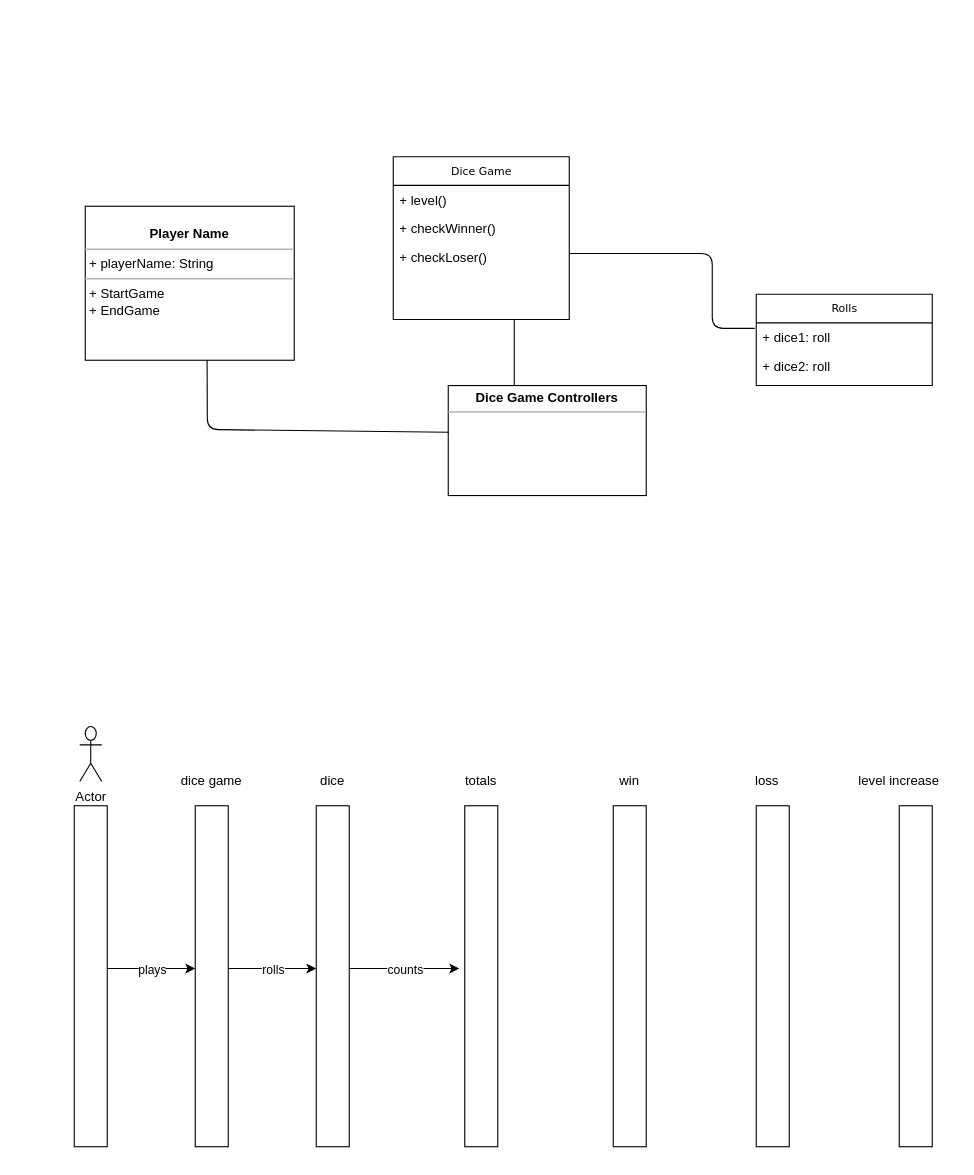
Above: UML.drawio in ajit-pandey/koukicons_flutter (draw.io), before the change. Source tidied: cells renumbered, new cells numbered last; positions are measured from the earlier drawing's top-left corner, leaving out a move shared by most shapes. Both pictures are drawn from the tidied source at 110%, with x=0, y=0 at pixel (74, 156).
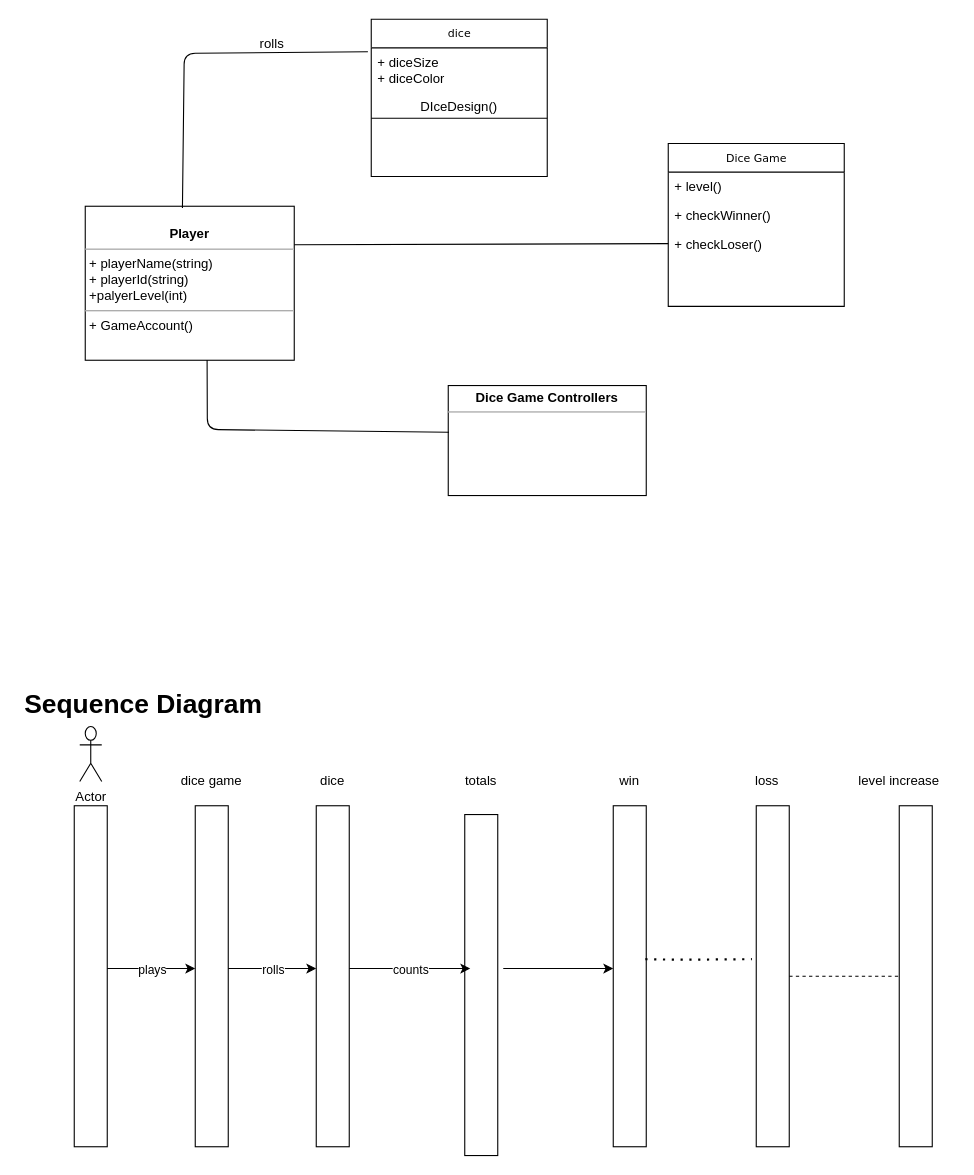
Above is the later version.

The change refers to these unchanged cells:
```xml
<mxCell id="5" value="+ checkLoser()" style="text;html=1;strokeColor=none;fillColor=none;align=left;verticalAlign=top;spacingLeft=4;spacingRight=4;whiteSpace=wrap;overflow=hidden;points=[[0,0.5],[1,0.5]];portConstraint=eastwest;" parent="2" vertex="1">
  <mxGeometry y="78" width="160" height="26" as="geometry" />
</mxCell>
<mxCell id="18" style="rounded=0;whiteSpace=wrap;html=1;" parent="1" vertex="1">
  <mxGeometry x="490" y="590" width="30" height="310" as="geometry" />
</mxCell>
<mxCell id="19" style="rounded=0;whiteSpace=wrap;html=1;" parent="1" vertex="1">
  <mxGeometry x="620" y="590" width="30" height="310" as="geometry" />
</mxCell>
<mxCell id="20" style="rounded=0;whiteSpace=wrap;html=1;" parent="1" vertex="1">
  <mxGeometry x="750" y="590" width="30" height="310" as="geometry" />
</mxCell>
```

The edit, as a diff of the source:
```diff
@@
     <mxCell id="2" value="Dice Game" style="swimlane;html=1;fontStyle=0;horizontal=1;startSize=26;fillColor=none;swimlaneFillColor=#ffffff;rounded=0;shadow=0;comic=0;labelBackgroundColor=none;strokeWidth=1;fontFamily=Verdana;fontSize=10;align=center;" parent="1" vertex="1">
-      <mxGeometry x="290" width="160" height="148" as="geometry" />
+      <mxGeometry x="540" y="-12" width="160" height="148" as="geometry" />
     </mxCell>
@@
-    <mxCell id="6" value="Rolls" style="swimlane;html=1;fontStyle=0;horizontal=1;startSize=26;fillColor=none;swimlaneFillColor=#ffffff;rounded=0;shadow=0;comic=0;labelBackgroundColor=none;strokeWidth=1;fontFamily=Verdana;fontSize=10;align=center;" parent="1" vertex="1">
-      <mxGeometry x="620" y="125" width="160" height="83" as="geometry" />
+    <mxCell id="6" value="dice" style="swimlane;html=1;fontStyle=0;horizontal=1;startSize=26;fillColor=none;swimlaneFillColor=#ffffff;rounded=0;shadow=0;comic=0;labelBackgroundColor=none;strokeWidth=1;fontFamily=Verdana;fontSize=10;align=center;" parent="1" vertex="1">
+      <mxGeometry x="270" y="-125" width="160" height="143" as="geometry" />
     </mxCell>
-    <mxCell id="7" value="+ dice1: roll" style="text;html=1;strokeColor=none;fillColor=none;align=left;verticalAlign=top;spacingLeft=4;spacingRight=4;whiteSpace=wrap;overflow=hidden;points=[[0,0.5],[1,0.5]];portConstraint=eastwest;" parent="6" vertex="1">
-      <mxGeometry y="26" width="160" height="26" as="geometry" />
+    <mxCell id="7" value="+ diceSize&lt;br&gt;+ diceColor" style="text;html=1;strokeColor=none;fillColor=none;align=left;verticalAlign=top;spacingLeft=4;spacingRight=4;whiteSpace=wrap;overflow=hidden;points=[[0,0.5],[1,0.5]];portConstraint=eastwest;" parent="6" vertex="1">
+      <mxGeometry y="26" width="160" height="44" as="geometry" />
     </mxCell>
-    <mxCell id="8" value="+ dice2: roll" style="text;html=1;strokeColor=none;fillColor=none;align=left;verticalAlign=top;spacingLeft=4;spacingRight=4;whiteSpace=wrap;overflow=hidden;" parent="6" vertex="1">
-      <mxGeometry y="52" width="160" height="26" as="geometry" />
-    </mxCell>
+    <mxCell id="34" value="DIceDesign()" style="text;html=1;strokeColor=none;fillColor=none;align=center;verticalAlign=middle;whiteSpace=wrap;rounded=0;" parent="6" vertex="1">
+      <mxGeometry y="70" width="160" height="20" as="geometry" />
+    </mxCell>
@@
-    <mxCell id="10" value="&lt;p style=&quot;margin: 0px ; margin-top: 4px ; text-align: center&quot;&gt;&lt;br&gt;&lt;b&gt;Player Name&lt;/b&gt;&lt;/p&gt;&lt;hr size=&quot;1&quot;&gt;&lt;p style=&quot;margin: 0px ; margin-left: 4px&quot;&gt;+ playerName: String&lt;br&gt;&lt;/p&gt;&lt;hr size=&quot;1&quot;&gt;&lt;p style=&quot;margin: 0px ; margin-left: 4px&quot;&gt;+ StartGame&lt;br&gt;+ EndGame&lt;/p&gt;" style="verticalAlign=top;align=left;overflow=fill;fontSize=12;fontFamily=Helvetica;html=1;rounded=0;shadow=0;comic=0;labelBackgroundColor=none;strokeWidth=1;" parent="1" vertex="1">
+    <mxCell id="10" value="&lt;p style=&quot;margin: 0px ; margin-top: 4px ; text-align: center&quot;&gt;&lt;br&gt;&lt;b&gt;Player&lt;/b&gt;&lt;/p&gt;&lt;hr size=&quot;1&quot;&gt;&lt;p style=&quot;margin: 0px ; margin-left: 4px&quot;&gt;+ playerName(string)&lt;br&gt;&lt;/p&gt;&lt;p style=&quot;margin: 0px ; margin-left: 4px&quot;&gt;+ playerId(string)&lt;/p&gt;&lt;p style=&quot;margin: 0px ; margin-left: 4px&quot;&gt;+palyerLevel(int)&lt;/p&gt;&lt;hr size=&quot;1&quot;&gt;&lt;p style=&quot;margin: 0px ; margin-left: 4px&quot;&gt;+ GameAccount()&lt;br&gt;&lt;/p&gt;" style="verticalAlign=top;align=left;overflow=fill;fontSize=12;fontFamily=Helvetica;html=1;rounded=0;shadow=0;comic=0;labelBackgroundColor=none;strokeWidth=1;" parent="1" vertex="1">
       <mxGeometry x="10" y="45" width="190" height="140" as="geometry" />
     </mxCell>
@@
-    <mxCell id="12" style="endArrow=none;html=1;" parent="1" edge="1">
-      <mxGeometry relative="1" as="geometry">
-        <mxPoint x="400" y="208" as="sourcePoint" />
-        <mxPoint x="400" y="148" as="targetPoint" />
-      </mxGeometry>
-    </mxCell>
-    <mxCell id="13" style="endArrow=none;html=1;entryX=-0.008;entryY=0.194;entryDx=0;entryDy=0;entryPerimeter=0;" parent="1" edge="1" target="7">
+    <mxCell id="13" style="endArrow=none;html=1;entryX=-0.019;entryY=0.08;entryDx=0;entryDy=0;entryPerimeter=0;exitX=0.465;exitY=0.011;exitDx=0;exitDy=0;exitPerimeter=0;" parent="1" edge="1" source="10" target="7">
       <mxGeometry relative="1" as="geometry">
-        <mxPoint x="450" y="88" as="sourcePoint" />
         <Array as="points">
-          <mxPoint x="580" y="88" />
-          <mxPoint x="580" y="156" />
+          <mxPoint x="100" y="-94" />
         </Array>
       </mxGeometry>
     </mxCell>
@@
     <mxCell id="17" style="rounded=0;whiteSpace=wrap;html=1;" parent="1" vertex="1">
-      <mxGeometry x="355" y="590" width="30" height="310" as="geometry" />
+      <mxGeometry x="355" y="598" width="30" height="310" as="geometry" />
     </mxCell>
@@
     <mxCell id="32" style="endArrow=classic;html=1;" parent="1" edge="1">
       <mxGeometry relative="1" as="geometry">
         <mxPoint x="250" y="738" as="sourcePoint" />
-        <mxPoint x="350" y="738" as="targetPoint" />
+        <mxPoint x="360" y="738" as="targetPoint" />
       </mxGeometry>
     </mxCell>
@@
+    <mxCell id="35" style="endArrow=classic;html=1;" parent="1" edge="1">
+      <mxGeometry relative="1" as="geometry">
+        <mxPoint x="390" y="738" as="sourcePoint" />
+        <mxPoint x="490" y="738" as="targetPoint" />
+      </mxGeometry>
+    </mxCell>
+    <mxCell id="36" style="endArrow=none;dashed=1;html=1;dashPattern=1 3;strokeWidth=2;exitX=0.973;exitY=0.45;exitDx=0;exitDy=0;exitPerimeter=0;entryX=-0.133;entryY=0.45;entryDx=0;entryDy=0;entryPerimeter=0;" parent="1" edge="1" source="18" target="19">
+      <mxGeometry relative="1" as="geometry">
+        <Array as="points">
+          <mxPoint x="550" y="730" />
+        </Array>
+      </mxGeometry>
+    </mxCell>
+    <mxCell id="37" style="endArrow=none;dashed=1;html=1;entryX=0;entryY=0.5;entryDx=0;entryDy=0;" parent="1" edge="1" source="19" target="20">
+      <mxGeometry relative="1" as="geometry" />
+    </mxCell>
+    <mxCell id="38" value="&lt;h1&gt;Sequence Diagram&lt;/h1&gt;" style="text;html=1;strokeColor=none;fillColor=none;spacing=5;spacingTop=-20;whiteSpace=wrap;overflow=hidden;rounded=0;" parent="1" vertex="1">
+      <mxGeometry x="-50" y="478" width="260" height="40" as="geometry" />
+    </mxCell>
+    <mxCell id="39" style="endArrow=none;html=1;exitX=0;exitY=1;exitDx=0;exitDy=0;" parent="1" edge="1" source="34">
+      <mxGeometry relative="1" as="geometry">
+        <mxPoint x="430" y="-35" as="targetPoint" />
+      </mxGeometry>
+    </mxCell>
+    <mxCell id="40" style="endArrow=none;html=1;exitX=1;exitY=0.25;exitDx=0;exitDy=0;entryX=0;entryY=0.5;entryDx=0;entryDy=0;" parent="1" edge="1" source="10" target="5">
+      <mxGeometry relative="1" as="geometry" />
+    </mxCell>
+    <mxCell id="41" value="rolls" style="text;html=1;strokeColor=none;fillColor=none;align=center;verticalAlign=middle;whiteSpace=wrap;rounded=0;" parent="1" vertex="1">
+      <mxGeometry x="140" y="-112" width="80" height="20" as="geometry" />
+    </mxCell>
```
